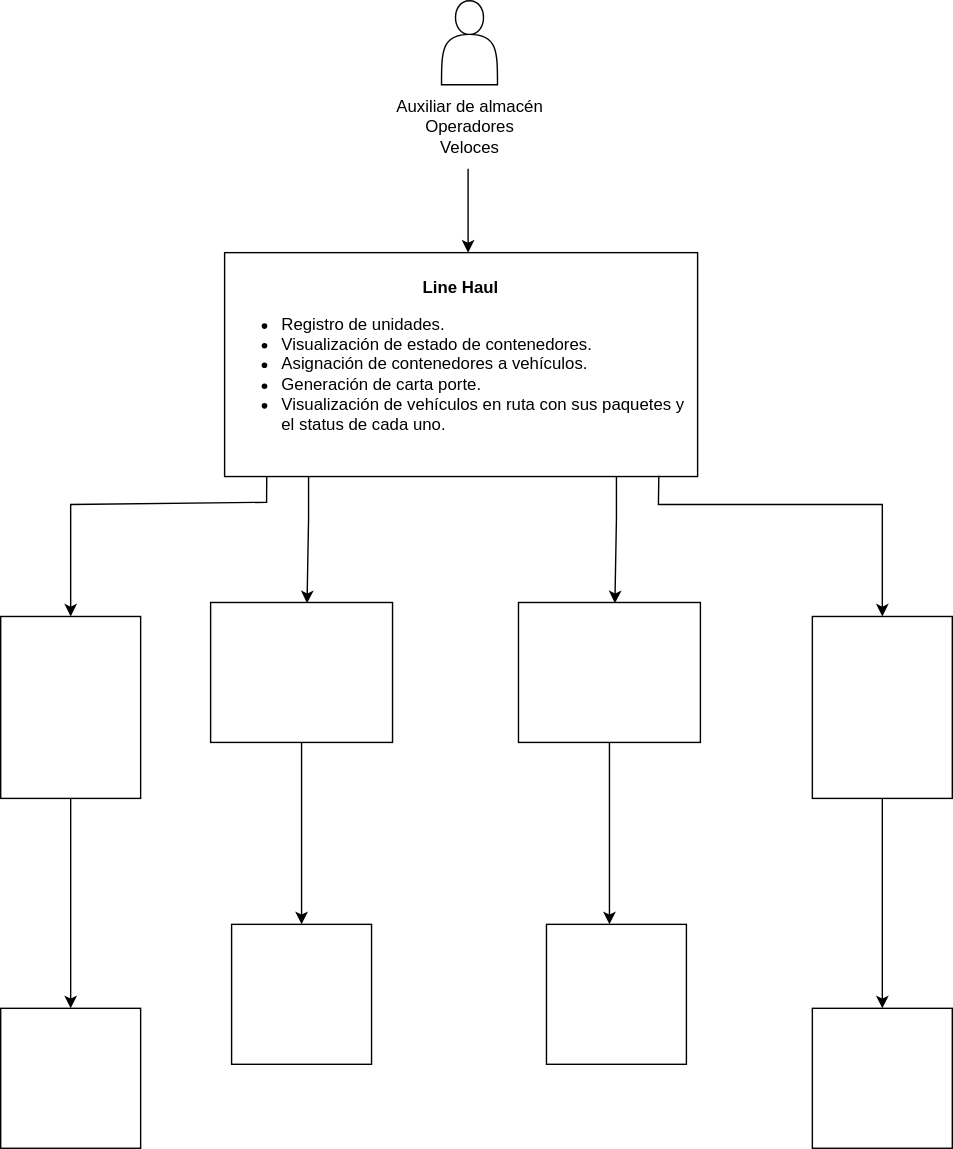
dani99m/Diagramas keeps this draw.io diagram as Diagrama C2 Line Haul.svg. Above is the earlier version. Source tidied: cells renumbered, new cells last; positions are measured from the earlier drawing's top-left corner, leaving out a move shared by most shapes. Source of this version:
```xml
<mxGraphModel>
  <root>
    <mxCell id="0" />
    <mxCell id="1" parent="0" />
    <mxCell id="2" style="shape=actor;whiteSpace=wrap;html=1;" parent="1" vertex="1">
      <mxGeometry x="315" width="40" height="60" as="geometry" />
    </mxCell>
    <mxCell id="3" value="Auxiliar de almacén&lt;br&gt;Operadores&lt;br&gt;Veloces&lt;br&gt;" style="text;html=1;align=center;verticalAlign=middle;strokeColor=none;fillColor=none;" parent="1" vertex="1">
      <mxGeometry x="270" y="60" width="130" height="60" as="geometry" />
    </mxCell>
    <mxCell id="4" style="endArrow=classic;html=1;rounded=0;" parent="1" edge="1">
      <mxGeometry relative="1" as="geometry">
        <mxPoint x="334" y="120" as="sourcePoint" />
        <mxPoint x="334" y="180" as="targetPoint" />
        <Array as="points">
          <mxPoint x="334" y="150" />
        </Array>
      </mxGeometry>
    </mxCell>
    <mxCell id="5" value="&lt;b style=&quot;background-color: initial;&quot;&gt;Line Haul&lt;br&gt;&lt;/b&gt;&lt;ul&gt;&lt;li style=&quot;text-align: left;&quot;&gt;Registro de unidades.&lt;/li&gt;&lt;li style=&quot;text-align: left;&quot;&gt;Visualización de estado de contenedores.&lt;/li&gt;&lt;li style=&quot;text-align: left;&quot;&gt;Asignación de contenedores a vehículos.&lt;/li&gt;&lt;li style=&quot;text-align: left;&quot;&gt;Generación de carta porte.&lt;/li&gt;&lt;li style=&quot;text-align: left;&quot;&gt;Visualización de vehículos en ruta con sus paquetes y el status de cada uno.&lt;/li&gt;&lt;/ul&gt;" style="rounded=0;whiteSpace=wrap;html=1;" parent="1" vertex="1">
      <mxGeometry x="160" y="180" width="338" height="160" as="geometry" />
    </mxCell>
    <mxCell id="6" style="endArrow=classic;html=1;rounded=0;exitX=0.918;exitY=0.996;exitDx=0;exitDy=0;exitPerimeter=0;" parent="1" edge="1" source="5">
      <mxGeometry relative="1" as="geometry">
        <mxPoint x="630" y="440" as="targetPoint" />
        <Array as="points">
          <mxPoint x="470" y="360" />
          <mxPoint x="630" y="360" />
        </Array>
      </mxGeometry>
    </mxCell>
    <mxCell id="7" style="endArrow=classic;html=1;rounded=0;exitX=0.788;exitY=1.01;exitDx=0;exitDy=0;exitPerimeter=0;entryX=0.5;entryY=0;entryDx=0;entryDy=0;" parent="1" edge="1" target="11">
      <mxGeometry relative="1" as="geometry">
        <mxPoint x="190.1" y="340" as="sourcePoint" />
        <Array as="points">
          <mxPoint x="190" y="358.4" />
          <mxPoint x="50" y="360" />
        </Array>
      </mxGeometry>
    </mxCell>
    <mxCell id="8" style="edgeStyle=orthogonalEdgeStyle;rounded=0;jettySize=auto;html=1;exitX=0.5;exitY=1;exitDx=0;exitDy=0;" parent="1" edge="1" source="9">
      <mxGeometry relative="1" as="geometry">
        <mxPoint x="630" y="720" as="targetPoint" />
      </mxGeometry>
    </mxCell>
    <mxCell id="9" style="rounded=0;whiteSpace=wrap;html=1;" parent="1" vertex="1">
      <mxGeometry x="580" y="440" width="100" height="130" as="geometry" />
    </mxCell>
    <mxCell id="10" style="edgeStyle=orthogonalEdgeStyle;rounded=0;jettySize=auto;html=1;exitX=0.5;exitY=1;exitDx=0;exitDy=0;" parent="1" edge="1" source="11">
      <mxGeometry relative="1" as="geometry">
        <mxPoint x="50" y="720" as="targetPoint" />
      </mxGeometry>
    </mxCell>
    <mxCell id="11" style="rounded=0;whiteSpace=wrap;html=1;" parent="1" vertex="1">
      <mxGeometry y="440" width="100" height="130" as="geometry" />
    </mxCell>
    <mxCell id="12" style="endArrow=classic;html=1;rounded=0;entryX=0.53;entryY=0.005;entryDx=0;entryDy=0;entryPerimeter=0;" parent="1" edge="1" target="14">
      <mxGeometry relative="1" as="geometry">
        <mxPoint x="440" y="340" as="sourcePoint" />
        <Array as="points">
          <mxPoint x="440" y="370" />
        </Array>
      </mxGeometry>
    </mxCell>
    <mxCell id="13" style="edgeStyle=orthogonalEdgeStyle;rounded=0;jettySize=auto;html=1;exitX=0.5;exitY=1;exitDx=0;exitDy=0;" parent="1" edge="1" source="14">
      <mxGeometry relative="1" as="geometry">
        <mxPoint x="435" y="660" as="targetPoint" />
      </mxGeometry>
    </mxCell>
    <mxCell id="14" style="rounded=0;whiteSpace=wrap;html=1;" parent="1" vertex="1">
      <mxGeometry x="370" y="430" width="130" height="100" as="geometry" />
    </mxCell>
    <mxCell id="15" style="endArrow=classic;html=1;rounded=0;entryX=0.53;entryY=0.005;entryDx=0;entryDy=0;entryPerimeter=0;" parent="1" edge="1" target="17">
      <mxGeometry relative="1" as="geometry">
        <mxPoint x="220" y="340" as="sourcePoint" />
        <Array as="points">
          <mxPoint x="220" y="370" />
        </Array>
      </mxGeometry>
    </mxCell>
    <mxCell id="16" style="edgeStyle=orthogonalEdgeStyle;rounded=0;jettySize=auto;html=1;exitX=0.5;exitY=1;exitDx=0;exitDy=0;" parent="1" edge="1" source="17">
      <mxGeometry relative="1" as="geometry">
        <mxPoint x="215" y="660" as="targetPoint" />
        <Array as="points">
          <mxPoint x="215" y="610" />
          <mxPoint x="215" y="610" />
        </Array>
      </mxGeometry>
    </mxCell>
    <mxCell id="17" style="rounded=0;whiteSpace=wrap;html=1;" parent="1" vertex="1">
      <mxGeometry x="150" y="430" width="130" height="100" as="geometry" />
    </mxCell>
    <mxCell id="18" style="whiteSpace=wrap;html=1;" parent="1" vertex="1">
      <mxGeometry y="720" width="100" height="100" as="geometry" />
    </mxCell>
    <mxCell id="19" style="whiteSpace=wrap;html=1;" parent="1" vertex="1">
      <mxGeometry x="165" y="660" width="100" height="100" as="geometry" />
    </mxCell>
    <mxCell id="20" style="whiteSpace=wrap;html=1;" parent="1" vertex="1">
      <mxGeometry x="390" y="660" width="100" height="100" as="geometry" />
    </mxCell>
    <mxCell id="21" style="whiteSpace=wrap;html=1;" parent="1" vertex="1">
      <mxGeometry x="580" y="720" width="100" height="100" as="geometry" />
    </mxCell>
  </root>
</mxGraphModel>
```
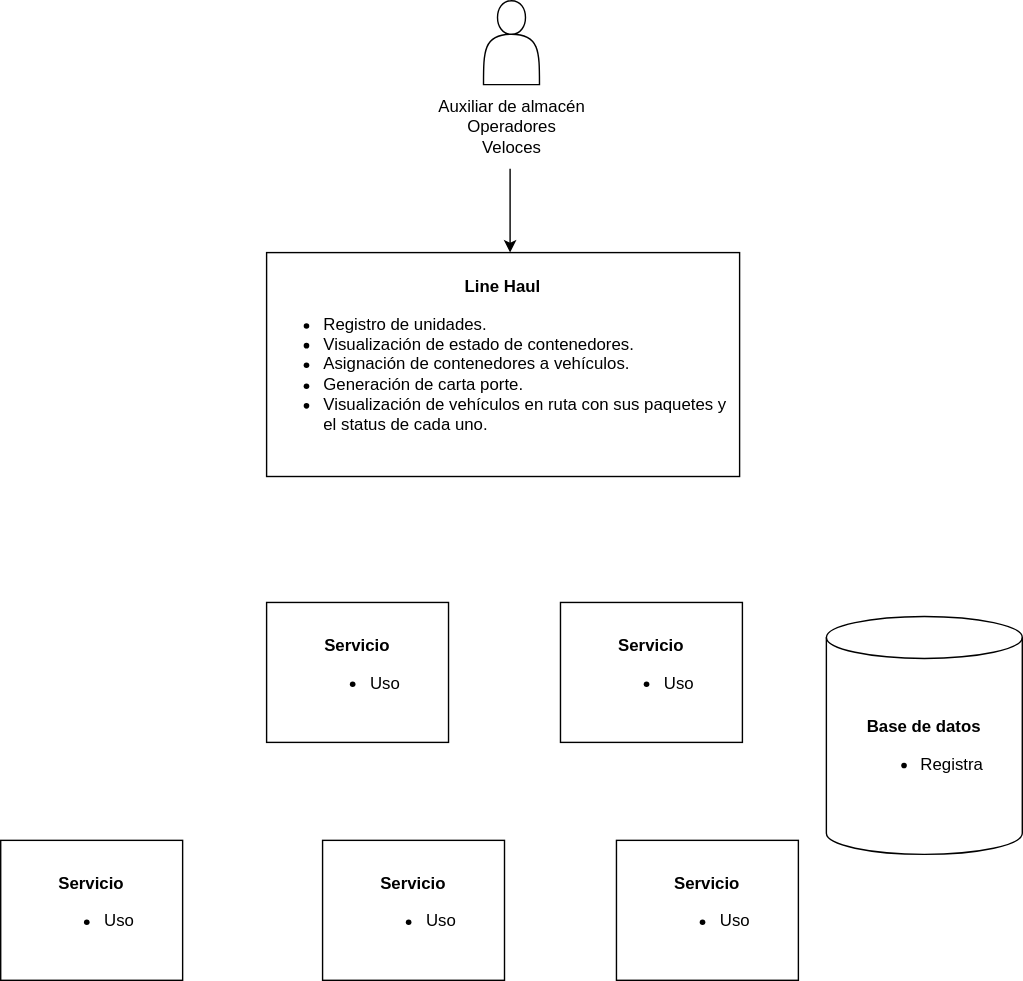
After the change.

What changed in the source:
```diff
@@ -20,87 +20,28 @@
     <mxCell id="5" value="&lt;b style=&quot;background-color: initial;&quot;&gt;Line Haul&lt;br&gt;&lt;/b&gt;&lt;ul&gt;&lt;li style=&quot;text-align: left;&quot;&gt;Registro de unidades.&lt;/li&gt;&lt;li style=&quot;text-align: left;&quot;&gt;Visualización de estado de contenedores.&lt;/li&gt;&lt;li style=&quot;text-align: left;&quot;&gt;Asignación de contenedores a vehículos.&lt;/li&gt;&lt;li style=&quot;text-align: left;&quot;&gt;Generación de carta porte.&lt;/li&gt;&lt;li style=&quot;text-align: left;&quot;&gt;Visualización de vehículos en ruta con sus paquetes y el status de cada uno.&lt;/li&gt;&lt;/ul&gt;" style="rounded=0;whiteSpace=wrap;html=1;" parent="1" vertex="1">
       <mxGeometry x="160" y="180" width="338" height="160" as="geometry" />
     </mxCell>
-    <mxCell id="6" style="endArrow=classic;html=1;rounded=0;exitX=0.918;exitY=0.996;exitDx=0;exitDy=0;exitPerimeter=0;" parent="1" edge="1" source="5">
-      <mxGeometry relative="1" as="geometry">
-        <mxPoint x="630" y="440" as="targetPoint" />
-        <Array as="points">
-          <mxPoint x="470" y="360" />
-          <mxPoint x="630" y="360" />
-        </Array>
-      </mxGeometry>
-    </mxCell>
-    <mxCell id="7" style="endArrow=classic;html=1;rounded=0;exitX=0.788;exitY=1.01;exitDx=0;exitDy=0;exitPerimeter=0;entryX=0.5;entryY=0;entryDx=0;entryDy=0;" parent="1" edge="1" target="11">
-      <mxGeometry relative="1" as="geometry">
-        <mxPoint x="190.1" y="340" as="sourcePoint" />
-        <Array as="points">
-          <mxPoint x="190" y="358.4" />
-          <mxPoint x="50" y="360" />
-        </Array>
-      </mxGeometry>
-    </mxCell>
-    <mxCell id="8" style="edgeStyle=orthogonalEdgeStyle;rounded=0;jettySize=auto;html=1;exitX=0.5;exitY=1;exitDx=0;exitDy=0;" parent="1" edge="1" source="9">
-      <mxGeometry relative="1" as="geometry">
-        <mxPoint x="630" y="720" as="targetPoint" />
-      </mxGeometry>
-    </mxCell>
-    <mxCell id="9" style="rounded=0;whiteSpace=wrap;html=1;" parent="1" vertex="1">
-      <mxGeometry x="580" y="440" width="100" height="130" as="geometry" />
-    </mxCell>
-    <mxCell id="10" style="edgeStyle=orthogonalEdgeStyle;rounded=0;jettySize=auto;html=1;exitX=0.5;exitY=1;exitDx=0;exitDy=0;" parent="1" edge="1" source="11">
-      <mxGeometry relative="1" as="geometry">
-        <mxPoint x="50" y="720" as="targetPoint" />
-      </mxGeometry>
-    </mxCell>
-    <mxCell id="11" style="rounded=0;whiteSpace=wrap;html=1;" parent="1" vertex="1">
-      <mxGeometry y="440" width="100" height="130" as="geometry" />
-    </mxCell>
-    <mxCell id="12" style="endArrow=classic;html=1;rounded=0;entryX=0.53;entryY=0.005;entryDx=0;entryDy=0;entryPerimeter=0;" parent="1" edge="1" target="14">
-      <mxGeometry relative="1" as="geometry">
-        <mxPoint x="440" y="340" as="sourcePoint" />
-        <Array as="points">
-          <mxPoint x="440" y="370" />
-        </Array>
-      </mxGeometry>
-    </mxCell>
-    <mxCell id="13" style="edgeStyle=orthogonalEdgeStyle;rounded=0;jettySize=auto;html=1;exitX=0.5;exitY=1;exitDx=0;exitDy=0;" parent="1" edge="1" source="14">
-      <mxGeometry relative="1" as="geometry">
-        <mxPoint x="435" y="660" as="targetPoint" />
-      </mxGeometry>
-    </mxCell>
-    <mxCell id="14" style="rounded=0;whiteSpace=wrap;html=1;" parent="1" vertex="1">
-      <mxGeometry x="370" y="430" width="130" height="100" as="geometry" />
-    </mxCell>
-    <mxCell id="15" style="endArrow=classic;html=1;rounded=0;entryX=0.53;entryY=0.005;entryDx=0;entryDy=0;entryPerimeter=0;" parent="1" edge="1" target="17">
-      <mxGeometry relative="1" as="geometry">
-        <mxPoint x="220" y="340" as="sourcePoint" />
-        <Array as="points">
-          <mxPoint x="220" y="370" />
-        </Array>
-      </mxGeometry>
-    </mxCell>
-    <mxCell id="16" style="edgeStyle=orthogonalEdgeStyle;rounded=0;jettySize=auto;html=1;exitX=0.5;exitY=1;exitDx=0;exitDy=0;" parent="1" edge="1" source="17">
-      <mxGeometry relative="1" as="geometry">
-        <mxPoint x="215" y="660" as="targetPoint" />
-        <Array as="points">
-          <mxPoint x="215" y="610" />
-          <mxPoint x="215" y="610" />
-        </Array>
-      </mxGeometry>
-    </mxCell>
-    <mxCell id="17" style="rounded=0;whiteSpace=wrap;html=1;" parent="1" vertex="1">
-      <mxGeometry x="150" y="430" width="130" height="100" as="geometry" />
-    </mxCell>
-    <mxCell id="18" style="whiteSpace=wrap;html=1;" parent="1" vertex="1">
-      <mxGeometry y="720" width="100" height="100" as="geometry" />
-    </mxCell>
-    <mxCell id="19" style="whiteSpace=wrap;html=1;" parent="1" vertex="1">
-      <mxGeometry x="165" y="660" width="100" height="100" as="geometry" />
-    </mxCell>
-    <mxCell id="20" style="whiteSpace=wrap;html=1;" parent="1" vertex="1">
-      <mxGeometry x="390" y="660" width="100" height="100" as="geometry" />
-    </mxCell>
-    <mxCell id="21" style="whiteSpace=wrap;html=1;" parent="1" vertex="1">
-      <mxGeometry x="580" y="720" width="100" height="100" as="geometry" />
-    </mxCell>
+    <mxCell id="22" style="edgeStyle=orthogonalEdgeStyle;rounded=0;jettySize=auto;html=1;" parent="1" edge="1" source="x">
+      <mxGeometry relative="1" as="geometry">
+        <mxPoint x="435" y="350" as="targetPoint" />
+      </mxGeometry>
+    </mxCell>
+    <mxCell id="23" value="&lt;b&gt;Servicio&lt;/b&gt;&lt;br&gt;&lt;div style=&quot;text-align: left;&quot;&gt;&lt;ul&gt;&lt;li&gt;&lt;span style=&quot;background-color: initial;&quot;&gt;Uso&lt;/span&gt;&lt;/li&gt;&lt;/ul&gt;&lt;/div&gt;" style="rounded=0;whiteSpace=wrap;html=1;" parent="1" vertex="1">
+      <mxGeometry x="370" y="430" width="130" height="100" as="geometry" />
+    </mxCell>
+    <mxCell id="24" value="&lt;b&gt;Base de datos&lt;/b&gt;&lt;br&gt;&lt;div style=&quot;text-align: left;&quot;&gt;&lt;ul&gt;&lt;li&gt;&lt;span style=&quot;background-color: initial;&quot;&gt;Registra&lt;/span&gt;&lt;/li&gt;&lt;/ul&gt;&lt;/div&gt;" style="shape=cylinder3;whiteSpace=wrap;html=1;boundedLbl=1;backgroundOutline=1;size=15;" parent="1" vertex="1">
+      <mxGeometry x="560" y="440" width="140" height="170" as="geometry" />
+    </mxCell>
+    <mxCell id="25" value="&lt;b&gt;Servicio&lt;/b&gt;&lt;br&gt;&lt;div style=&quot;text-align: left;&quot;&gt;&lt;ul&gt;&lt;li&gt;&lt;span style=&quot;background-color: initial;&quot;&gt;Uso&lt;/span&gt;&lt;/li&gt;&lt;/ul&gt;&lt;/div&gt;" style="rounded=0;whiteSpace=wrap;html=1;" parent="1" vertex="1">
+      <mxGeometry x="160" y="430" width="130" height="100" as="geometry" />
+    </mxCell>
+    <mxCell id="26" value="&lt;b&gt;Servicio&lt;/b&gt;&lt;br&gt;&lt;div style=&quot;text-align: left;&quot;&gt;&lt;ul&gt;&lt;li&gt;&lt;span style=&quot;background-color: initial;&quot;&gt;Uso&lt;/span&gt;&lt;/li&gt;&lt;/ul&gt;&lt;/div&gt;" style="rounded=0;whiteSpace=wrap;html=1;" parent="1" vertex="1">
+      <mxGeometry x="-30" y="600" width="130" height="100" as="geometry" />
+    </mxCell>
+    <mxCell id="27" value="&lt;b&gt;Servicio&lt;/b&gt;&lt;br&gt;&lt;div style=&quot;text-align: left;&quot;&gt;&lt;ul&gt;&lt;li&gt;&lt;span style=&quot;background-color: initial;&quot;&gt;Uso&lt;/span&gt;&lt;/li&gt;&lt;/ul&gt;&lt;/div&gt;" style="rounded=0;whiteSpace=wrap;html=1;" parent="1" vertex="1">
+      <mxGeometry x="200" y="600" width="130" height="100" as="geometry" />
+    </mxCell>
+    <mxCell id="28" value="&lt;b&gt;Servicio&lt;/b&gt;&lt;br&gt;&lt;div style=&quot;text-align: left;&quot;&gt;&lt;ul&gt;&lt;li&gt;&lt;span style=&quot;background-color: initial;&quot;&gt;Uso&lt;/span&gt;&lt;/li&gt;&lt;/ul&gt;&lt;/div&gt;" style="rounded=0;whiteSpace=wrap;html=1;" parent="1" vertex="1">
+      <mxGeometry x="410" y="600" width="130" height="100" as="geometry" />
+    </mxCell>
   </root>
 </mxGraphModel>
```
